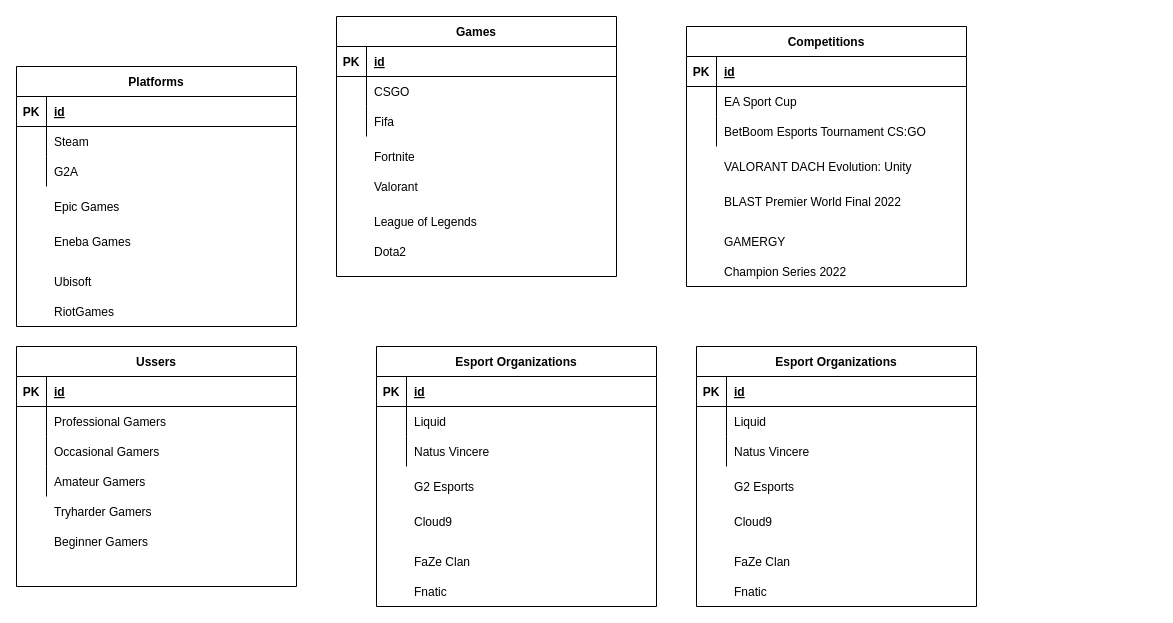
The draw.io diagram Diagramă fără titlu.drawio in MaticA26/amatica_db_project, before the edit. Source tidied: cells renumbered, new cells numbered last; positions are measured from the earlier drawing's top-left corner, leaving out a move shared by most shapes. Both pictures are drawn from the tidied source at 100%, with x=0, y=0 at pixel (16, 16).
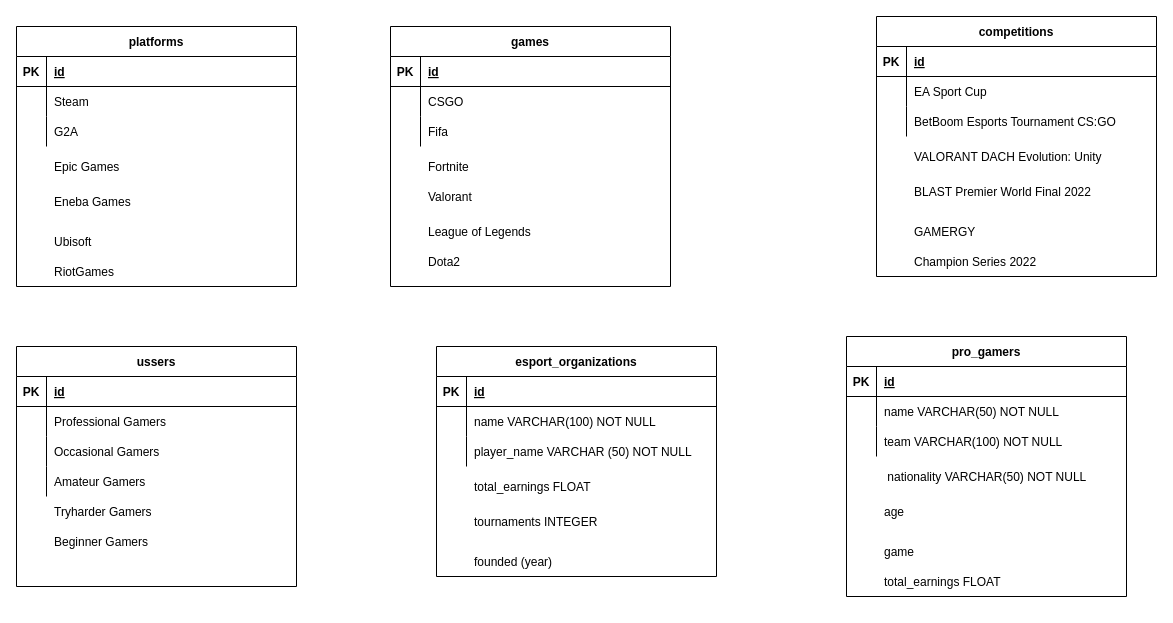
The same page after the edit.

The change refers to these unchanged cells:
```xml
<mxCell id="19" style="group;" parent="1" vertex="1">
  <mxGeometry y="330" width="280" height="240" as="geometry" />
</mxCell>
<mxCell id="70" style="shape=tableRow;horizontal=0;startSize=0;swimlaneHead=0;swimlaneBody=0;fillColor=none;top=0;left=0;right=0;bottom=0;" parent="66" vertex="1">
  <mxGeometry y="60" width="280" height="30" as="geometry" />
</mxCell>
<mxCell id="73" style="shape=tableRow;horizontal=0;startSize=0;swimlaneHead=0;swimlaneBody=0;fillColor=none;top=0;left=0;right=0;bottom=0;" parent="66" vertex="1">
  <mxGeometry y="90" width="280" height="30" as="geometry" />
</mxCell>
<mxCell id="85" style="shape=tableRow;horizontal=0;startSize=0;swimlaneHead=0;swimlaneBody=0;fillColor=none;top=0;left=0;right=0;bottom=0;" parent="81" vertex="1">
  <mxGeometry y="60" width="280" height="30" as="geometry" />
</mxCell>
<mxCell id="88" style="shape=tableRow;horizontal=0;startSize=0;swimlaneHead=0;swimlaneBody=0;fillColor=none;top=0;left=0;right=0;bottom=0;" parent="81" vertex="1">
  <mxGeometry y="90" width="280" height="30" as="geometry" />
</mxCell>
```

What changed in the source:
```diff
@@
     <mxCell id="4" style="group;" parent="1" vertex="1">
-      <mxGeometry y="50" width="280" height="260" as="geometry" />
+      <mxGeometry y="10" width="280" height="260" as="geometry" />
     </mxCell>
-    <mxCell id="5" value="Platforms" style="shape=table;startSize=30;childLayout=tableLayout;rowLines=0;fontStyle=1;align=center;" parent="4" vertex="1">
+    <mxCell id="5" value="platforms" style="shape=table;startSize=30;childLayout=tableLayout;rowLines=0;fontStyle=1;align=center;" parent="4" vertex="1">
       <mxGeometry width="280" height="260" as="geometry" />
     </mxCell>
@@
-    <mxCell id="20" value="Ussers" style="shape=table;startSize=30;childLayout=tableLayout;rowLines=0;fontStyle=1;align=center;" parent="19" vertex="1">
+    <mxCell id="20" value="ussers" style="shape=table;startSize=30;childLayout=tableLayout;rowLines=0;fontStyle=1;align=center;" parent="19" vertex="1">
       <mxGeometry width="280" height="240" as="geometry" />
     </mxCell>
@@
     <mxCell id="35" style="group;" parent="1" vertex="1">
-      <mxGeometry x="320" width="280" height="260" as="geometry" />
+      <mxGeometry x="374" y="10" width="280" height="260" as="geometry" />
     </mxCell>
-    <mxCell id="36" value="Games" style="shape=table;startSize=30;childLayout=tableLayout;rowLines=0;fontStyle=1;align=center;" parent="35" vertex="1">
+    <mxCell id="36" value="games" style="shape=table;startSize=30;childLayout=tableLayout;rowLines=0;fontStyle=1;align=center;" parent="35" vertex="1">
       <mxGeometry width="280" height="260" as="geometry" />
     </mxCell>
@@
     <mxCell id="50" value="&#10;&#10;" style="group;" parent="1" vertex="1">
-      <mxGeometry x="670" y="10" width="280" height="260" as="geometry" />
+      <mxGeometry x="860" width="280" height="260" as="geometry" />
     </mxCell>
-    <mxCell id="51" value="Competitions" style="shape=table;startSize=30;childLayout=tableLayout;rowLines=0;fontStyle=1;align=center;" parent="50" vertex="1">
+    <mxCell id="51" value="competitions" style="shape=table;startSize=30;childLayout=tableLayout;rowLines=0;fontStyle=1;align=center;" parent="50" vertex="1">
       <mxGeometry width="280" height="260" as="geometry" />
     </mxCell>
@@
     <mxCell id="65" style="group;" parent="1" vertex="1">
-      <mxGeometry x="360" y="330" width="280" height="260" as="geometry" />
+      <mxGeometry x="420" y="330" width="280" height="260" as="geometry" />
     </mxCell>
-    <mxCell id="66" value="Esport Organizations" style="shape=table;startSize=30;childLayout=tableLayout;rowLines=0;fontStyle=1;align=center;" parent="65" vertex="1">
-      <mxGeometry width="280" height="260" as="geometry" />
+    <mxCell id="66" value="esport_organizations" style="shape=table;startSize=30;childLayout=tableLayout;rowLines=0;fontStyle=1;align=center;" parent="65" vertex="1">
+      <mxGeometry width="280" height="230" as="geometry" />
     </mxCell>
@@
-    <mxCell id="72" value="Liquid" style="shape=partialRectangle;fillColor=none;top=0;left=0;bottom=0;right=0;align=left;spacingLeft=6;overflow=hidden;" parent="70" vertex="1">
+    <mxCell id="72" value="name VARCHAR(100) NOT NULL" style="shape=partialRectangle;fillColor=none;top=0;left=0;bottom=0;right=0;align=left;spacingLeft=6;overflow=hidden;" parent="70" vertex="1">
       <mxGeometry x="30" width="250" height="30" as="geometry" />
     </mxCell>
@@
-    <mxCell id="75" value="Natus Vincere" style="shape=partialRectangle;fillColor=none;top=0;left=0;bottom=0;right=0;align=left;spacingLeft=6;overflow=hidden;" parent="73" vertex="1">
+    <mxCell id="75" value="player_name VARCHAR (50) NOT NULL" style="shape=partialRectangle;fillColor=none;top=0;left=0;bottom=0;right=0;align=left;spacingLeft=6;overflow=hidden;" parent="73" vertex="1">
       <mxGeometry x="30" width="250" height="30" as="geometry" />
     </mxCell>
-    <mxCell id="76" value="G2 Esports" style="shape=partialRectangle;fillColor=none;top=0;left=0;bottom=0;right=0;align=left;spacingLeft=6;overflow=hidden;" parent="65" vertex="1">
+    <mxCell id="76" value="total_earnings FLOAT " style="shape=partialRectangle;fillColor=none;top=0;left=0;bottom=0;right=0;align=left;spacingLeft=6;overflow=hidden;" parent="65" vertex="1">
       <mxGeometry x="30" y="125" width="250" height="30" as="geometry" />
     </mxCell>
-    <mxCell id="77" value="Cloud9" style="shape=partialRectangle;fillColor=none;top=0;left=0;bottom=0;right=0;align=left;spacingLeft=6;overflow=hidden;" parent="65" vertex="1">
+    <mxCell id="77" value="tournaments INTEGER" style="shape=partialRectangle;fillColor=none;top=0;left=0;bottom=0;right=0;align=left;spacingLeft=6;overflow=hidden;" parent="65" vertex="1">
       <mxGeometry x="30" y="160" width="250" height="30" as="geometry" />
     </mxCell>
-    <mxCell id="78" value="FaZe Clan" style="shape=partialRectangle;fillColor=none;top=0;left=0;bottom=0;right=0;align=left;spacingLeft=6;overflow=hidden;" parent="65" vertex="1">
+    <mxCell id="78" value="founded (year)" style="shape=partialRectangle;fillColor=none;top=0;left=0;bottom=0;right=0;align=left;spacingLeft=6;overflow=hidden;" parent="65" vertex="1">
       <mxGeometry x="30" y="200" width="250" height="30" as="geometry" />
     </mxCell>
-    <mxCell id="79" value="Fnatic" style="shape=partialRectangle;fillColor=none;top=0;left=0;bottom=0;right=0;align=left;spacingLeft=6;overflow=hidden;" parent="65" vertex="1">
-      <mxGeometry x="30" y="230" width="250" height="30" as="geometry" />
-    </mxCell>
     <mxCell id="80" style="group;" parent="1" vertex="1">
-      <mxGeometry x="680" y="330" width="280" height="260" as="geometry" />
+      <mxGeometry x="830" y="320" width="280" height="260" as="geometry" />
     </mxCell>
-    <mxCell id="81" value="Esport Organizations" style="shape=table;startSize=30;childLayout=tableLayout;rowLines=0;fontStyle=1;align=center;" parent="80" vertex="1">
+    <mxCell id="81" value="pro_gamers" style="shape=table;startSize=30;childLayout=tableLayout;rowLines=0;fontStyle=1;align=center;" parent="80" vertex="1">
       <mxGeometry width="280" height="260" as="geometry" />
     </mxCell>
@@
-    <mxCell id="87" value="Liquid" style="shape=partialRectangle;fillColor=none;top=0;left=0;bottom=0;right=0;align=left;spacingLeft=6;overflow=hidden;" parent="85" vertex="1">
+    <mxCell id="87" value="name VARCHAR(50) NOT NULL" style="shape=partialRectangle;fillColor=none;top=0;left=0;bottom=0;right=0;align=left;spacingLeft=6;overflow=hidden;" parent="85" vertex="1">
       <mxGeometry x="30" width="250" height="30" as="geometry" />
     </mxCell>
@@
-    <mxCell id="90" value="Natus Vincere" style="shape=partialRectangle;fillColor=none;top=0;left=0;bottom=0;right=0;align=left;spacingLeft=6;overflow=hidden;" parent="88" vertex="1">
+    <mxCell id="90" value="team VARCHAR(100) NOT NULL" style="shape=partialRectangle;fillColor=none;top=0;left=0;bottom=0;right=0;align=left;spacingLeft=6;overflow=hidden;" parent="88" vertex="1">
       <mxGeometry x="30" width="250" height="30" as="geometry" />
     </mxCell>
-    <mxCell id="91" value="G2 Esports" style="shape=partialRectangle;fillColor=none;top=0;left=0;bottom=0;right=0;align=left;spacingLeft=6;overflow=hidden;" parent="80" vertex="1">
+    <mxCell id="91" value=" nationality VARCHAR(50) NOT NULL" style="shape=partialRectangle;fillColor=none;top=0;left=0;bottom=0;right=0;align=left;spacingLeft=6;overflow=hidden;" parent="80" vertex="1">
       <mxGeometry x="30" y="125" width="250" height="30" as="geometry" />
     </mxCell>
-    <mxCell id="92" value="Cloud9" style="shape=partialRectangle;fillColor=none;top=0;left=0;bottom=0;right=0;align=left;spacingLeft=6;overflow=hidden;" parent="80" vertex="1">
+    <mxCell id="92" value="age " style="shape=partialRectangle;fillColor=none;top=0;left=0;bottom=0;right=0;align=left;spacingLeft=6;overflow=hidden;" parent="80" vertex="1">
       <mxGeometry x="30" y="160" width="250" height="30" as="geometry" />
     </mxCell>
-    <mxCell id="93" value="FaZe Clan" style="shape=partialRectangle;fillColor=none;top=0;left=0;bottom=0;right=0;align=left;spacingLeft=6;overflow=hidden;" parent="80" vertex="1">
+    <mxCell id="93" value="game " style="shape=partialRectangle;fillColor=none;top=0;left=0;bottom=0;right=0;align=left;spacingLeft=6;overflow=hidden;" parent="80" vertex="1">
       <mxGeometry x="30" y="200" width="250" height="30" as="geometry" />
     </mxCell>
-    <mxCell id="94" value="Fnatic" style="shape=partialRectangle;fillColor=none;top=0;left=0;bottom=0;right=0;align=left;spacingLeft=6;overflow=hidden;" parent="80" vertex="1">
+    <mxCell id="94" value="total_earnings FLOAT" style="shape=partialRectangle;fillColor=none;top=0;left=0;bottom=0;right=0;align=left;spacingLeft=6;overflow=hidden;" parent="80" vertex="1">
       <mxGeometry x="30" y="230" width="250" height="30" as="geometry" />
     </mxCell>
```
